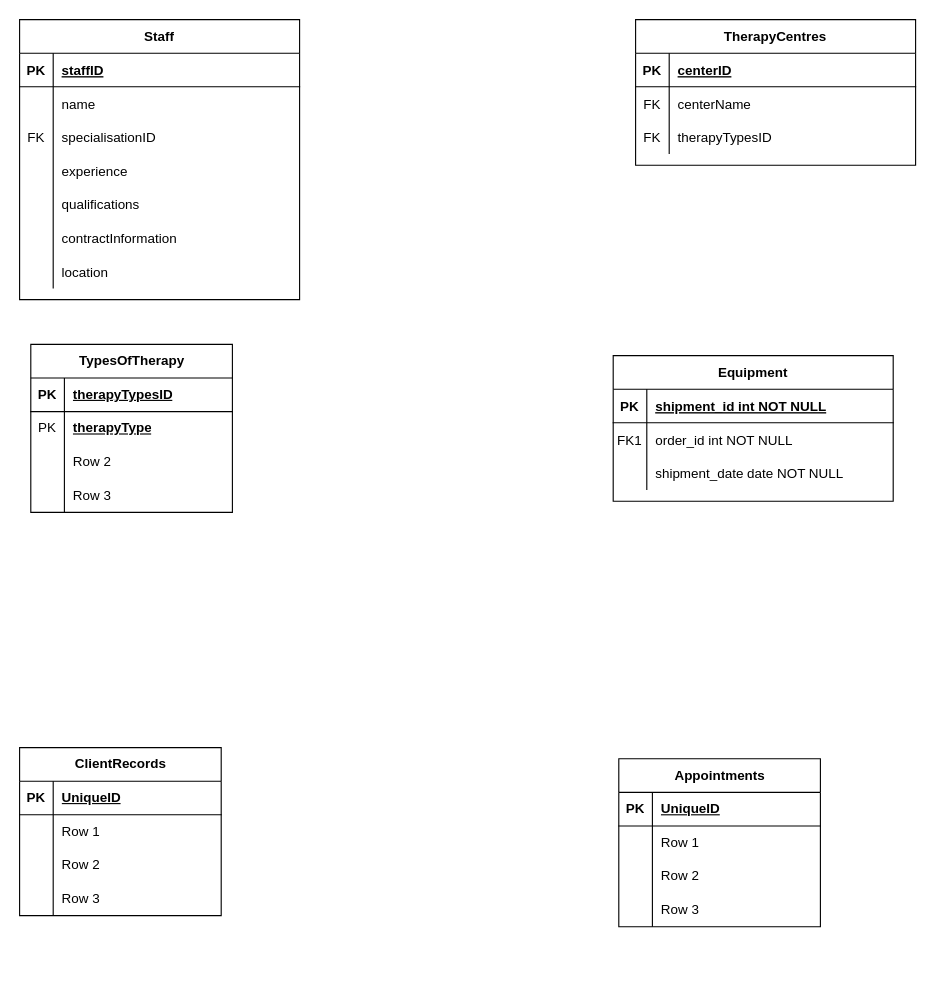
The draw.io diagram Assignment3A.drawio in GreenFella/databaseclass, before the edit. Source tidied: cells renumbered, new cells numbered last; positions are measured from the earlier drawing's top-left corner, leaving out a move shared by most shapes. Both pictures are drawn from the tidied source at 112%, with x=0, y=0 at pixel (19, 19).
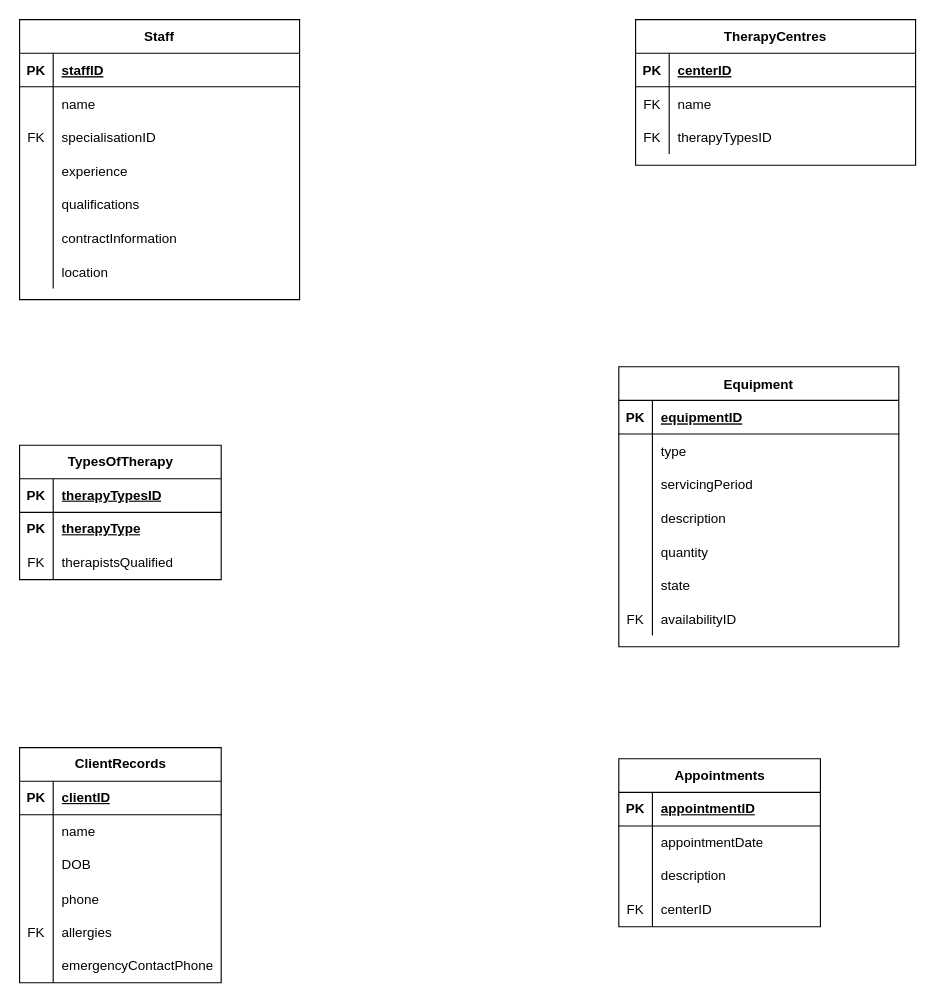
After the change.

Unchanged cells that the change refers to:
```xml
<mxCell id="6" style="shape=partialRectangle;fillColor=none;top=0;left=0;right=0;bottom=0;" parent="2" vertex="1">
  <mxGeometry y="60" width="250" height="30" as="geometry" />
</mxCell>
<mxCell id="13" style="shape=partialRectangle;fillColor=none;top=0;left=0;right=0;bottom=1;" parent="12" vertex="1">
  <mxGeometry y="30" width="250" height="30" as="geometry" />
</mxCell>
<mxCell id="16" style="shape=partialRectangle;fillColor=none;top=0;left=0;right=0;bottom=0;" parent="12" vertex="1">
  <mxGeometry y="60" width="250" height="30" as="geometry" />
</mxCell>
<mxCell id="19" style="shape=partialRectangle;fillColor=none;top=0;left=0;right=0;bottom=0;" parent="12" vertex="1">
  <mxGeometry y="90" width="250" height="30" as="geometry" />
</mxCell>
<mxCell id="48" style="shape=tableRow;horizontal=0;startSize=0;swimlaneHead=0;swimlaneBody=0;fillColor=none;top=0;left=0;right=0;bottom=0;" parent="44" vertex="1">
  <mxGeometry y="60" width="180" height="30" as="geometry" />
</mxCell>
<mxCell id="51" style="shape=tableRow;horizontal=0;startSize=0;swimlaneHead=0;swimlaneBody=0;fillColor=none;top=0;left=0;right=0;bottom=0;" parent="44" vertex="1">
  <mxGeometry y="90" width="180" height="30" as="geometry" />
</mxCell>
<mxCell id="58" style="shape=tableRow;horizontal=0;startSize=0;swimlaneHead=0;swimlaneBody=0;fillColor=none;top=0;left=0;right=0;bottom=1;" parent="57" vertex="1">
  <mxGeometry y="30" width="180" height="30" as="geometry" />
</mxCell>
<mxCell id="61" style="shape=tableRow;horizontal=0;startSize=0;swimlaneHead=0;swimlaneBody=0;fillColor=none;top=0;left=0;right=0;bottom=0;" parent="57" vertex="1">
  <mxGeometry y="60" width="180" height="30" as="geometry" />
</mxCell>
<mxCell id="64" style="shape=tableRow;horizontal=0;startSize=0;swimlaneHead=0;swimlaneBody=0;fillColor=none;top=0;left=0;right=0;bottom=0;" parent="57" vertex="1">
  <mxGeometry y="90" width="180" height="30" as="geometry" />
</mxCell>
<mxCell id="71" style="shape=tableRow;horizontal=0;startSize=0;swimlaneHead=0;swimlaneBody=0;fillColor=none;top=0;left=0;right=0;bottom=1;" parent="70" vertex="1">
  <mxGeometry y="30" width="180" height="30" as="geometry" />
</mxCell>
<mxCell id="74" style="shape=tableRow;horizontal=0;startSize=0;swimlaneHead=0;swimlaneBody=0;fillColor=none;top=0;left=0;right=0;bottom=0;" parent="70" vertex="1">
  <mxGeometry y="60" width="180" height="30" as="geometry" />
</mxCell>
<mxCell id="77" style="shape=tableRow;horizontal=0;startSize=0;swimlaneHead=0;swimlaneBody=0;fillColor=none;top=0;left=0;right=0;bottom=0;" parent="70" vertex="1">
  <mxGeometry y="90" width="180" height="30" as="geometry" />
</mxCell>
<mxCell id="80" style="shape=tableRow;horizontal=0;startSize=0;swimlaneHead=0;swimlaneBody=0;fillColor=none;top=0;left=0;right=0;bottom=0;" parent="70" vertex="1">
  <mxGeometry y="120" width="180" height="30" as="geometry" />
</mxCell>
```

What changed in the source:
```diff
@@
-    <mxCell id="8" value="centerName" style="shape=partialRectangle;overflow=hidden;fillColor=none;top=0;left=0;bottom=0;right=0;align=left;spacingLeft=6;" parent="6" vertex="1">
+    <mxCell id="8" value="name" style="shape=partialRectangle;overflow=hidden;fillColor=none;top=0;left=0;bottom=0;right=0;align=left;spacingLeft=6;" parent="6" vertex="1">
       <mxGeometry x="30" width="220" height="30" as="geometry" />
     </mxCell>
@@
     <mxCell id="12" value="Equipment" style="shape=table;startSize=30;childLayout=tableLayout;rowLines=0;fontStyle=1;align=center;" parent="1" vertex="1">
-      <mxGeometry x="530" y="300" width="250" height="130" as="geometry" />
+      <mxGeometry x="535" y="310" width="250" height="250" as="geometry" />
     </mxCell>
@@
-    <mxCell id="15" value="shipment_id int NOT NULL " style="shape=partialRectangle;overflow=hidden;fillColor=none;top=0;left=0;bottom=0;right=0;align=left;spacingLeft=6;fontStyle=5;" parent="13" vertex="1">
+    <mxCell id="15" value="equipmentID" style="shape=partialRectangle;overflow=hidden;fillColor=none;top=0;left=0;bottom=0;right=0;align=left;spacingLeft=6;fontStyle=5;" parent="13" vertex="1">
       <mxGeometry x="30" width="220" height="30" as="geometry" />
     </mxCell>
@@
-    <mxCell id="17" value="FK1" style="shape=partialRectangle;overflow=hidden;fillColor=none;top=0;left=0;bottom=0;right=0;" parent="16" vertex="1">
+    <mxCell id="17" style="shape=partialRectangle;overflow=hidden;fillColor=none;top=0;left=0;bottom=0;right=0;" parent="16" vertex="1">
       <mxGeometry width="30" height="30" as="geometry" />
     </mxCell>
-    <mxCell id="18" value="order_id int NOT NULL" style="shape=partialRectangle;overflow=hidden;fillColor=none;top=0;left=0;bottom=0;right=0;align=left;spacingLeft=6;" parent="16" vertex="1">
+    <mxCell id="18" value="type" style="shape=partialRectangle;overflow=hidden;fillColor=none;top=0;left=0;bottom=0;right=0;align=left;spacingLeft=6;" parent="16" vertex="1">
       <mxGeometry x="30" width="220" height="30" as="geometry" />
     </mxCell>
@@
-    <mxCell id="21" value="shipment_date date NOT NULL" style="shape=partialRectangle;overflow=hidden;fillColor=none;top=0;left=0;bottom=0;right=0;align=left;spacingLeft=6;" parent="19" vertex="1">
+    <mxCell id="21" value="servicingPeriod" style="shape=partialRectangle;overflow=hidden;fillColor=none;top=0;left=0;bottom=0;right=0;align=left;spacingLeft=6;" parent="19" vertex="1">
       <mxGeometry x="30" width="220" height="30" as="geometry" />
     </mxCell>
+    <mxCell id="83" style="shape=tableRow;horizontal=0;startSize=0;swimlaneHead=0;swimlaneBody=0;fillColor=none;top=0;left=0;right=0;bottom=0;" parent="12" vertex="1">
+      <mxGeometry y="120" width="250" height="30" as="geometry" />
+    </mxCell>
+    <mxCell id="84" style="shape=partialRectangle;fillColor=none;top=0;left=0;bottom=0;right=0;overflow=hidden;" parent="83" vertex="1">
+      <mxGeometry width="30" height="30" as="geometry" />
+    </mxCell>
+    <mxCell id="85" value="description" style="shape=partialRectangle;fillColor=none;top=0;left=0;bottom=0;right=0;align=left;spacingLeft=6;overflow=hidden;" parent="83" vertex="1">
+      <mxGeometry x="30" width="220" height="30" as="geometry" />
+    </mxCell>
+    <mxCell id="86" style="shape=tableRow;horizontal=0;startSize=0;swimlaneHead=0;swimlaneBody=0;fillColor=none;top=0;left=0;right=0;bottom=0;" parent="12" vertex="1">
+      <mxGeometry y="150" width="250" height="30" as="geometry" />
+    </mxCell>
+    <mxCell id="87" style="shape=partialRectangle;fillColor=none;top=0;left=0;bottom=0;right=0;overflow=hidden;" parent="86" vertex="1">
+      <mxGeometry width="30" height="30" as="geometry" />
+    </mxCell>
+    <mxCell id="88" value="quantity" style="shape=partialRectangle;fillColor=none;top=0;left=0;bottom=0;right=0;align=left;spacingLeft=6;overflow=hidden;" parent="86" vertex="1">
+      <mxGeometry x="30" width="220" height="30" as="geometry" />
+    </mxCell>
+    <mxCell id="89" style="shape=tableRow;horizontal=0;startSize=0;swimlaneHead=0;swimlaneBody=0;fillColor=none;top=0;left=0;right=0;bottom=0;" parent="12" vertex="1">
+      <mxGeometry y="180" width="250" height="30" as="geometry" />
+    </mxCell>
+    <mxCell id="90" style="shape=partialRectangle;fillColor=none;top=0;left=0;bottom=0;right=0;overflow=hidden;" parent="89" vertex="1">
+      <mxGeometry width="30" height="30" as="geometry" />
+    </mxCell>
+    <mxCell id="91" value="state" style="shape=partialRectangle;fillColor=none;top=0;left=0;bottom=0;right=0;align=left;spacingLeft=6;overflow=hidden;" parent="89" vertex="1">
+      <mxGeometry x="30" width="220" height="30" as="geometry" />
+    </mxCell>
+    <mxCell id="92" style="shape=tableRow;horizontal=0;startSize=0;swimlaneHead=0;swimlaneBody=0;fillColor=none;top=0;left=0;right=0;bottom=0;" parent="12" vertex="1">
+      <mxGeometry y="210" width="250" height="30" as="geometry" />
+    </mxCell>
+    <mxCell id="93" value="FK" style="shape=partialRectangle;fillColor=none;top=0;left=0;bottom=0;right=0;overflow=hidden;" parent="92" vertex="1">
+      <mxGeometry width="30" height="30" as="geometry" />
+    </mxCell>
+    <mxCell id="94" value="availabilityID" style="shape=partialRectangle;fillColor=none;top=0;left=0;bottom=0;right=0;align=left;spacingLeft=6;overflow=hidden;" parent="92" vertex="1">
+      <mxGeometry x="30" width="220" height="30" as="geometry" />
+    </mxCell>
@@
     <mxCell id="44" value="TypesOfTherapy" style="shape=table;startSize=30;childLayout=tableLayout;rowLines=0;fontStyle=1;align=center;html=1;" parent="1" vertex="1">
-      <mxGeometry x="10" y="290" width="180" height="150" as="geometry" />
+      <mxGeometry y="380" width="180" height="120" as="geometry" />
     </mxCell>
@@
-    <mxCell id="49" value="PK" style="shape=partialRectangle;fillColor=none;top=0;left=0;bottom=0;right=0;overflow=hidden;whiteSpace=wrap;html=1;" parent="48" vertex="1">
+    <mxCell id="49" value="&lt;b&gt;PK&lt;/b&gt;" style="shape=partialRectangle;fillColor=none;top=0;left=0;bottom=0;right=0;overflow=hidden;whiteSpace=wrap;html=1;" parent="48" vertex="1">
       <mxGeometry width="30" height="30" as="geometry" />
     </mxCell>
@@
-    <mxCell id="52" style="shape=partialRectangle;fillColor=none;top=0;left=0;bottom=0;right=0;overflow=hidden;whiteSpace=wrap;html=1;" parent="51" vertex="1">
+    <mxCell id="52" value="FK" style="shape=partialRectangle;fillColor=none;top=0;left=0;bottom=0;right=0;overflow=hidden;whiteSpace=wrap;html=1;" parent="51" vertex="1">
       <mxGeometry width="30" height="30" as="geometry" />
     </mxCell>
-    <mxCell id="53" value="Row 2" style="shape=partialRectangle;fillColor=none;top=0;left=0;bottom=0;right=0;align=left;spacingLeft=6;overflow=hidden;whiteSpace=wrap;html=1;" parent="51" vertex="1">
+    <mxCell id="53" value="therapistsQualified" style="shape=partialRectangle;fillColor=none;top=0;left=0;bottom=0;right=0;align=left;spacingLeft=6;overflow=hidden;whiteSpace=wrap;html=1;" parent="51" vertex="1">
       <mxGeometry x="30" width="150" height="30" as="geometry" />
     </mxCell>
-    <mxCell id="54" style="shape=tableRow;horizontal=0;startSize=0;swimlaneHead=0;swimlaneBody=0;fillColor=none;top=0;left=0;right=0;bottom=0;" parent="44" vertex="1">
-      <mxGeometry y="120" width="180" height="30" as="geometry" />
-    </mxCell>
-    <mxCell id="55" style="shape=partialRectangle;fillColor=none;top=0;left=0;bottom=0;right=0;overflow=hidden;whiteSpace=wrap;html=1;" parent="54" vertex="1">
-      <mxGeometry width="30" height="30" as="geometry" />
-    </mxCell>
-    <mxCell id="56" value="Row 3" style="shape=partialRectangle;fillColor=none;top=0;left=0;bottom=0;right=0;align=left;spacingLeft=6;overflow=hidden;whiteSpace=wrap;html=1;" parent="54" vertex="1">
-      <mxGeometry x="30" width="150" height="30" as="geometry" />
-    </mxCell>
     <mxCell id="57" value="ClientRecords" style="shape=table;startSize=30;childLayout=tableLayout;rowLines=0;fontStyle=1;align=center;html=1;" parent="1" vertex="1">
-      <mxGeometry y="650" width="180" height="150" as="geometry" />
+      <mxGeometry y="650" width="180" height="210" as="geometry" />
     </mxCell>
@@
-    <mxCell id="60" value="UniqueID" style="shape=partialRectangle;fillColor=none;top=0;left=0;bottom=0;right=0;align=left;spacingLeft=6;fontStyle=5;overflow=hidden;whiteSpace=wrap;html=1;" parent="58" vertex="1">
+    <mxCell id="60" value="clientID" style="shape=partialRectangle;fillColor=none;top=0;left=0;bottom=0;right=0;align=left;spacingLeft=6;fontStyle=5;overflow=hidden;whiteSpace=wrap;html=1;" parent="58" vertex="1">
       <mxGeometry x="30" width="150" height="30" as="geometry" />
     </mxCell>
@@
-    <mxCell id="63" value="Row 1" style="shape=partialRectangle;fillColor=none;top=0;left=0;bottom=0;right=0;align=left;spacingLeft=6;overflow=hidden;whiteSpace=wrap;html=1;" parent="61" vertex="1">
+    <mxCell id="63" value="name" style="shape=partialRectangle;fillColor=none;top=0;left=0;bottom=0;right=0;align=left;spacingLeft=6;overflow=hidden;whiteSpace=wrap;html=1;" parent="61" vertex="1">
       <mxGeometry x="30" width="150" height="30" as="geometry" />
     </mxCell>
@@
-    <mxCell id="66" value="Row 2" style="shape=partialRectangle;fillColor=none;top=0;left=0;bottom=0;right=0;align=left;spacingLeft=6;overflow=hidden;whiteSpace=wrap;html=1;" parent="64" vertex="1">
+    <mxCell id="66" value="DOB" style="shape=partialRectangle;fillColor=none;top=0;left=0;bottom=0;right=0;align=left;spacingLeft=6;overflow=hidden;whiteSpace=wrap;html=1;" parent="64" vertex="1">
       <mxGeometry x="30" width="150" height="30" as="geometry" />
     </mxCell>
+    <mxCell id="54" style="shape=tableRow;horizontal=0;startSize=0;swimlaneHead=0;swimlaneBody=0;fillColor=none;top=0;left=0;right=0;bottom=0;" parent="57" vertex="1">
+      <mxGeometry y="120" width="180" height="30" as="geometry" />
+    </mxCell>
+    <mxCell id="95" style="shape=partialRectangle;fillColor=none;top=0;left=0;bottom=0;right=0;overflow=hidden;" parent="54" vertex="1">
+      <mxGeometry width="30" height="30" as="geometry" />
+    </mxCell>
+    <mxCell id="96" value="phone" style="shape=partialRectangle;fillColor=none;top=0;left=0;bottom=0;right=0;align=left;spacingLeft=6;overflow=hidden;" parent="54" vertex="1">
+      <mxGeometry x="30" width="150" height="30" as="geometry" />
+    </mxCell>
+    <mxCell id="97" style="shape=tableRow;horizontal=0;startSize=0;swimlaneHead=0;swimlaneBody=0;fillColor=none;top=0;left=0;right=0;bottom=0;" parent="57" vertex="1">
+      <mxGeometry y="150" width="180" height="30" as="geometry" />
+    </mxCell>
+    <mxCell id="98" value="FK" style="shape=partialRectangle;fillColor=none;top=0;left=0;bottom=0;right=0;overflow=hidden;" parent="97" vertex="1">
+      <mxGeometry width="30" height="30" as="geometry" />
+    </mxCell>
+    <mxCell id="99" value="allergies" style="shape=partialRectangle;fillColor=none;top=0;left=0;bottom=0;right=0;align=left;spacingLeft=6;overflow=hidden;" parent="97" vertex="1">
+      <mxGeometry x="30" width="150" height="30" as="geometry" />
+    </mxCell>
     <mxCell id="67" style="shape=tableRow;horizontal=0;startSize=0;swimlaneHead=0;swimlaneBody=0;fillColor=none;top=0;left=0;right=0;bottom=0;" parent="57" vertex="1">
-      <mxGeometry y="120" width="180" height="30" as="geometry" />
+      <mxGeometry y="180" width="180" height="30" as="geometry" />
     </mxCell>
@@
-    <mxCell id="69" value="Row 3" style="shape=partialRectangle;fillColor=none;top=0;left=0;bottom=0;right=0;align=left;spacingLeft=6;overflow=hidden;whiteSpace=wrap;html=1;" parent="67" vertex="1">
+    <mxCell id="69" value="emergencyContactPhone" style="shape=partialRectangle;fillColor=none;top=0;left=0;bottom=0;right=0;align=left;spacingLeft=6;overflow=hidden;whiteSpace=wrap;html=1;" parent="67" vertex="1">
       <mxGeometry x="30" width="150" height="30" as="geometry" />
     </mxCell>
@@
-    <mxCell id="73" value="UniqueID" style="shape=partialRectangle;fillColor=none;top=0;left=0;bottom=0;right=0;align=left;spacingLeft=6;fontStyle=5;overflow=hidden;whiteSpace=wrap;html=1;" parent="71" vertex="1">
+    <mxCell id="73" value="appointmentID" style="shape=partialRectangle;fillColor=none;top=0;left=0;bottom=0;right=0;align=left;spacingLeft=6;fontStyle=5;overflow=hidden;whiteSpace=wrap;html=1;" parent="71" vertex="1">
       <mxGeometry x="30" width="150" height="30" as="geometry" />
     </mxCell>
@@
-    <mxCell id="76" value="Row 1" style="shape=partialRectangle;fillColor=none;top=0;left=0;bottom=0;right=0;align=left;spacingLeft=6;overflow=hidden;whiteSpace=wrap;html=1;" parent="74" vertex="1">
+    <mxCell id="76" value="appointmentDate" style="shape=partialRectangle;fillColor=none;top=0;left=0;bottom=0;right=0;align=left;spacingLeft=6;overflow=hidden;whiteSpace=wrap;html=1;" parent="74" vertex="1">
       <mxGeometry x="30" width="150" height="30" as="geometry" />
     </mxCell>
@@
-    <mxCell id="79" value="Row 2" style="shape=partialRectangle;fillColor=none;top=0;left=0;bottom=0;right=0;align=left;spacingLeft=6;overflow=hidden;whiteSpace=wrap;html=1;" parent="77" vertex="1">
+    <mxCell id="79" value="description" style="shape=partialRectangle;fillColor=none;top=0;left=0;bottom=0;right=0;align=left;spacingLeft=6;overflow=hidden;whiteSpace=wrap;html=1;" parent="77" vertex="1">
       <mxGeometry x="30" width="150" height="30" as="geometry" />
     </mxCell>
@@
-    <mxCell id="81" style="shape=partialRectangle;fillColor=none;top=0;left=0;bottom=0;right=0;overflow=hidden;whiteSpace=wrap;html=1;" parent="80" vertex="1">
+    <mxCell id="81" value="FK" style="shape=partialRectangle;fillColor=none;top=0;left=0;bottom=0;right=0;overflow=hidden;whiteSpace=wrap;html=1;" parent="80" vertex="1">
       <mxGeometry width="30" height="30" as="geometry" />
     </mxCell>
-    <mxCell id="82" value="Row 3" style="shape=partialRectangle;fillColor=none;top=0;left=0;bottom=0;right=0;align=left;spacingLeft=6;overflow=hidden;whiteSpace=wrap;html=1;" parent="80" vertex="1">
+    <mxCell id="82" value="centerID" style="shape=partialRectangle;fillColor=none;top=0;left=0;bottom=0;right=0;align=left;spacingLeft=6;overflow=hidden;whiteSpace=wrap;html=1;" parent="80" vertex="1">
       <mxGeometry x="30" width="150" height="30" as="geometry" />
     </mxCell>
```
